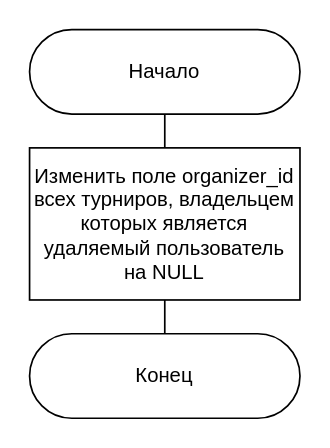
Earlier version of the draw.io diagram NewTex/inc/tr_whenDeleteTournamentOrganizer.drawio (Inlucker/DataBaseCybersport). Source tidied: cells renumbered, new cells numbered last; positions are measured from the earlier drawing's top-left corner, leaving out a move shared by most shapes. Both pictures are drawn from the tidied source at 169%, with x=0, y=0 at pixel (29, 29).
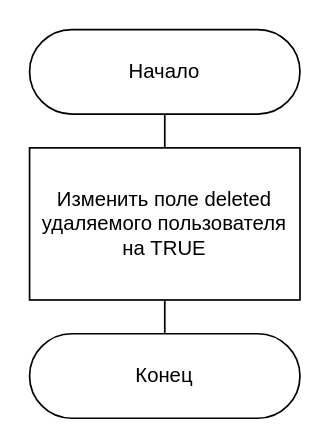
The same page after the edit.

What changed in the source:
```diff
@@
 <mxGraphModel>
   <root>
     <mxCell id="0" />
     <mxCell id="1" parent="0" />
     <mxCell id="2" style="edgeStyle=orthogonalEdgeStyle;rounded=0;jettySize=auto;html=1;endArrow=none;" parent="1" edge="1" source="3" target="6">
       <mxGeometry relative="1" as="geometry" />
     </mxCell>
     <mxCell id="3" value="&lt;font style=&quot;font-size: 12px;&quot;&gt;Начало&lt;/font&gt;" style="rounded=1;whiteSpace=wrap;html=1;fontFamily=Helvetica;fontSize=12;arcSize=50;fontStyle=0;" parent="1" vertex="1">
       <mxGeometry width="160" height="50" as="geometry" />
     </mxCell>
     <mxCell id="4" value="&lt;font style=&quot;font-size: 12px;&quot;&gt;Конец&lt;/font&gt;" style="rounded=1;whiteSpace=wrap;html=1;fontFamily=Helvetica;fontSize=12;arcSize=50;fontStyle=0;" parent="1" vertex="1">
       <mxGeometry y="180" width="160" height="50" as="geometry" />
     </mxCell>
     <mxCell id="5" style="edgeStyle=orthogonalEdgeStyle;rounded=0;jettySize=auto;html=1;endArrow=none;" parent="1" edge="1" source="6" target="4">
       <mxGeometry relative="1" as="geometry" />
     </mxCell>
-    <mxCell id="6" value="Изменить поле organizer_id всех турниров, владельцем которых является удаляемый пользователь на NULL" style="rounded=0;whiteSpace=wrap;html=1;absoluteArcSize=1;arcSize=14;strokeWidth=1;fontStyle=0;fontSize=12;fontFamily=Helvetica;" parent="1" vertex="1">
+    <mxCell id="6" value="Изменить поле deleted удаляемого пользователя на TRUE" style="rounded=0;whiteSpace=wrap;html=1;absoluteArcSize=1;arcSize=14;strokeWidth=1;fontStyle=0;fontSize=12;fontFamily=Helvetica;" parent="1" vertex="1">
       <mxGeometry y="70" width="160" height="90" as="geometry" />
     </mxCell>
   </root>
 </mxGraphModel>
```
